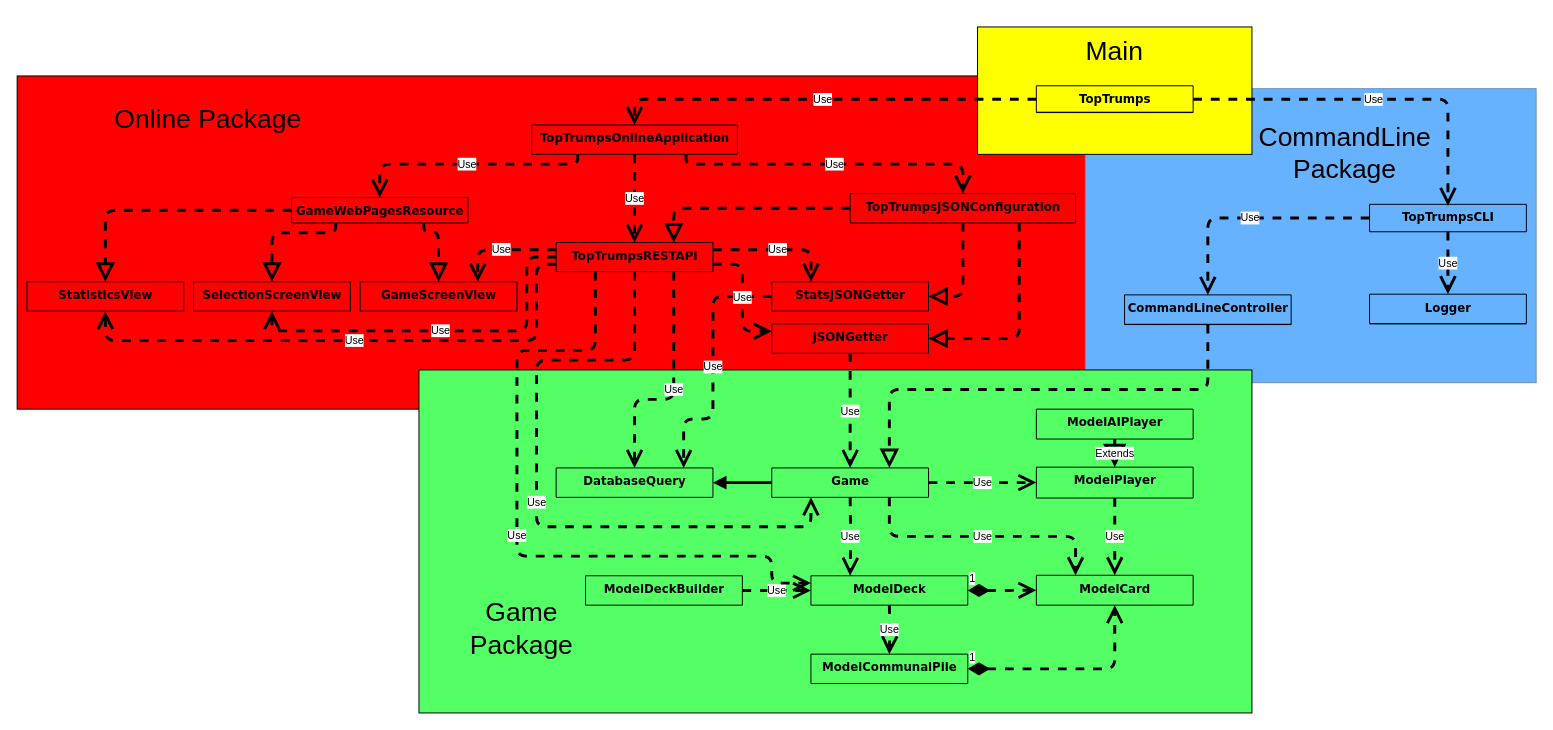
Before: UMLClassDiagramImprovements.drawio in Caimpson/ITTeamProject_Documentation, a draw.io diagram. Source tidied: cells renumbered, new cells numbered last; positions are measured from the earlier drawing's top-left corner, leaving out a move shared by most shapes. Both pictures are drawn from the tidied source at 98%, with x=0, y=0 at pixel (17, 17).
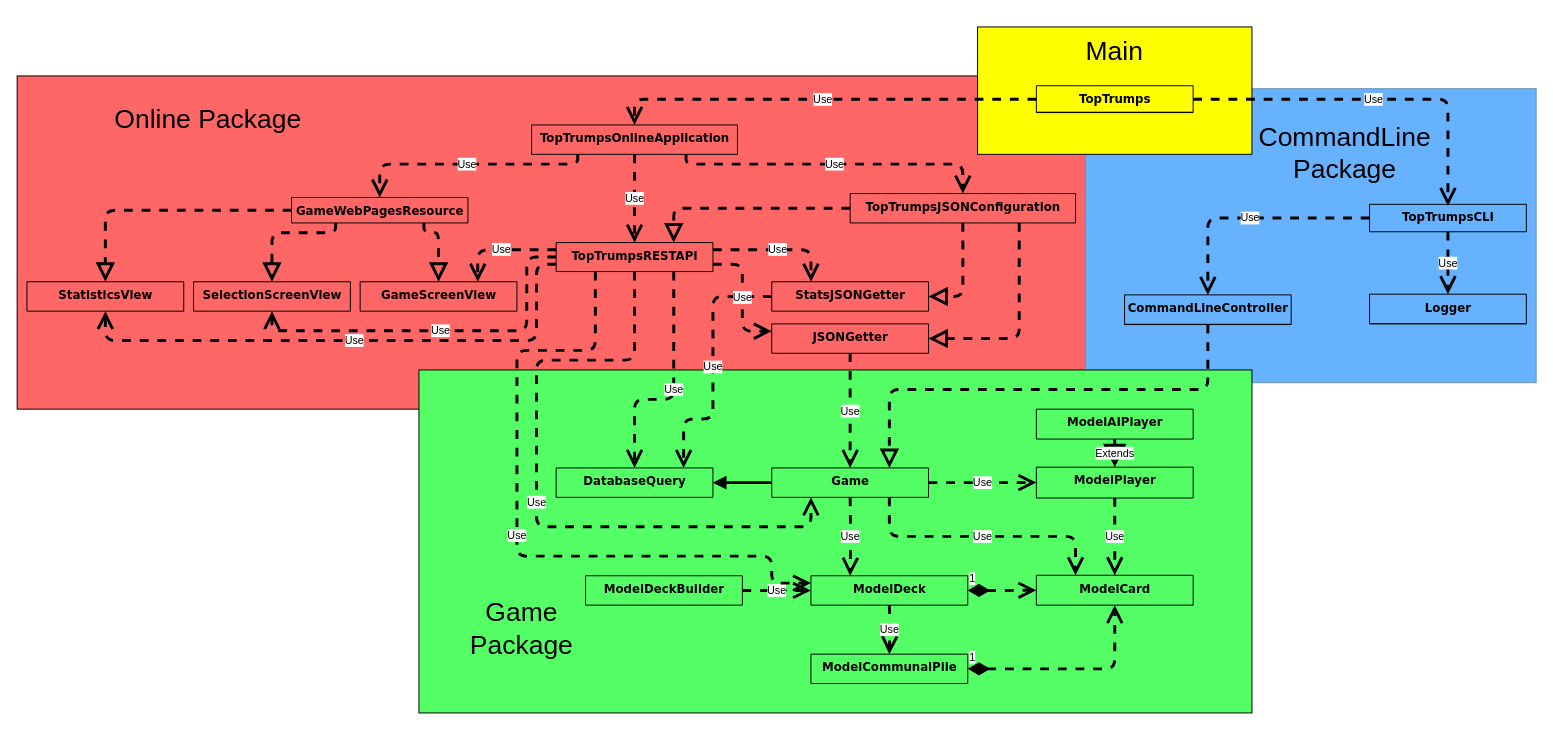
The same diagram, later.

The edit, as a diff of the source:
```diff
@@
-    <mxCell id="2" style="rounded=0;whiteSpace=wrap;html=1;fillColor=#FF0000;" parent="1" vertex="1">
+    <mxCell id="2" style="rounded=0;whiteSpace=wrap;html=1;fillColor=#FF6666;" parent="1" vertex="1">
       <mxGeometry y="60" width="1180" height="340" as="geometry" />
     </mxCell>
```
